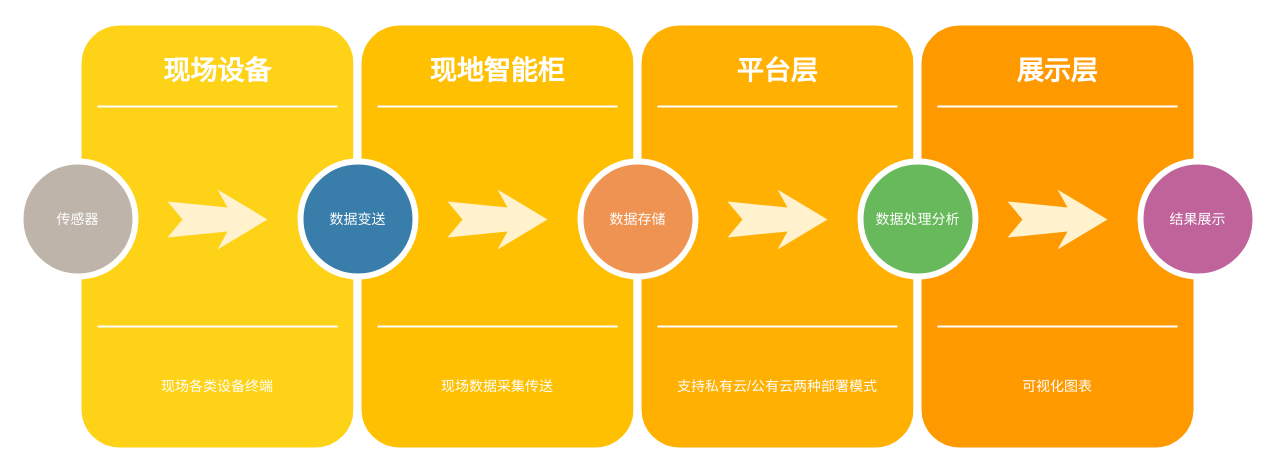
Above: 未命名绘图.drawio in linweihongvicky/mydrawio (draw.io), before the change. Source tidied: cells renumbered, new cells numbered last; positions are measured from the earlier drawing's top-left corner, leaving out a move shared by most shapes. Both pictures are drawn from the tidied source at 100%, with x=0, y=0 at pixel (20, 21).
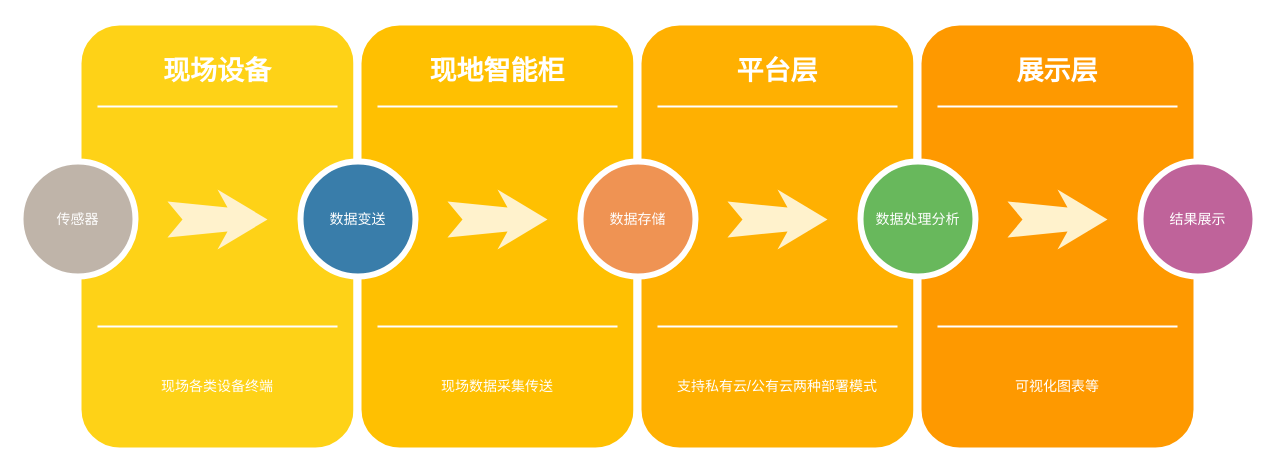
The same page after the edit.

Commit message (it also covers changes not shown here):
液压系统原理图.drawio

Change to the diagram source:
```diff
@@
-    <mxCell id="25" value="可视化图表" style="text;html=1;strokeColor=none;fillColor=none;align=center;verticalAlign=middle;whiteSpace=wrap;rounded=0;shadow=0;fontSize=14;fontColor=#FFFFFF;" parent="1" vertex="1">
+    <mxCell id="25" value="可视化图表等" style="text;html=1;strokeColor=none;fillColor=none;align=center;verticalAlign=middle;whiteSpace=wrap;rounded=0;shadow=0;fontSize=14;fontColor=#FFFFFF;" parent="1" vertex="1">
       <mxGeometry x="897" y="320" width="280" height="90" as="geometry" />
     </mxCell>
```
